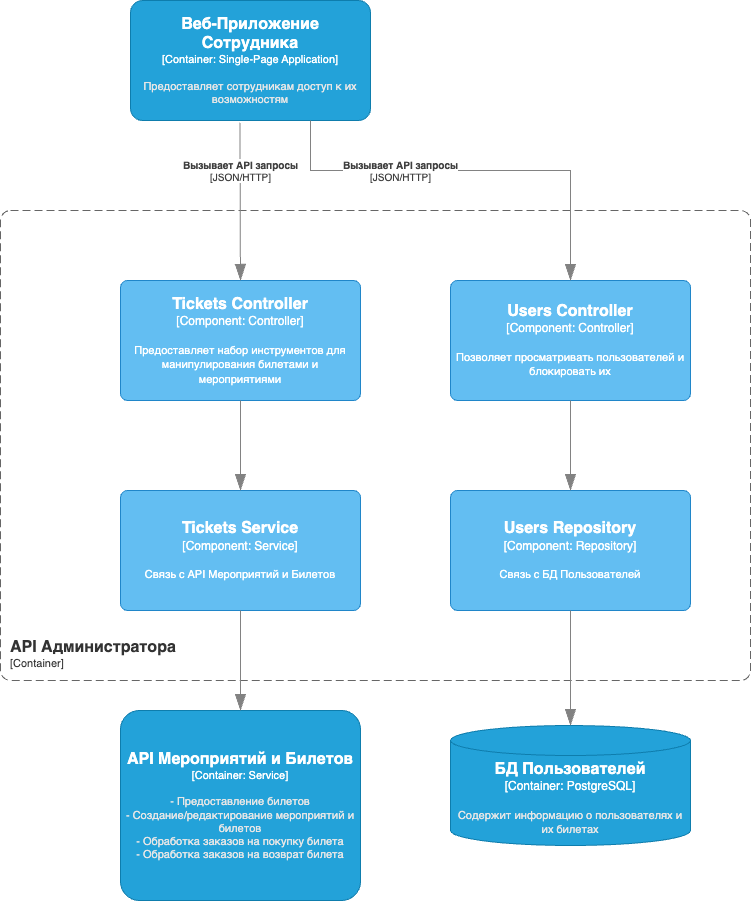
This is Lab-Work-2/docs/components_2.png from zaktsy/Software-Architecture-Labs, a draw.io export, as it was before one commit. Source tidied: cells renumbered, new cells last; positions are measured from the earlier drawing's top-left corner, leaving out a move shared by most shapes. The source it was exported from:
```xml
<mxGraphModel>
  <root>
    <mxCell id="0" />
    <mxCell id="1" parent="0" />
    <object id="2" label="&lt;font style=&quot;font-size: 16px&quot;&gt;&lt;b&gt;&lt;div style=&quot;text-align: left&quot;&gt;%c4Name%&lt;/div&gt;&lt;/b&gt;&lt;/font&gt;&lt;div style=&quot;text-align: left&quot;&gt;[%c4Application%]&lt;/div&gt;" c4Application="Container" c4Name="API Администратора" c4Type="ContainerScopeBoundary" placeholders="1">
      <mxCell style="rounded=1;fontSize=11;whiteSpace=wrap;html=1;dashed=1;arcSize=20;fillColor=none;strokeColor=#666666;fontColor=#333333;labelBackgroundColor=none;align=left;verticalAlign=bottom;labelBorderColor=none;spacingTop=0;spacing=10;dashPattern=8 4;perimeter=rectanglePerimeter;noLabel=0;labelPadding=0;absoluteArcSize=1;" parent="1" vertex="1">
        <mxGeometry y="210" width="750" height="470" as="geometry" />
      </mxCell>
    </object>
    <object id="3" label="&lt;font style=&quot;font-size: 16px&quot;&gt;&lt;b&gt;%c4Name%&lt;/b&gt;&lt;/font&gt;&lt;div&gt;[%c4Type%: %c4Technology%]&lt;/div&gt;&lt;br&gt;&lt;div&gt;&lt;font style=&quot;font-size: 11px&quot;&gt;&lt;font color=&quot;#E6E6E6&quot;&gt;%c4Description%&lt;/font&gt;&lt;/div&gt;" c4Description="Предоставляет сотрудникам доступ к их возможностям" c4Name="Веб-Приложение Сотрудника" c4Technology="Single-Page Application" c4Type="Container" placeholders="1">
      <mxCell style="rounded=1;whiteSpace=wrap;html=1;fontSize=11;labelBackgroundColor=none;fillColor=#23A2D9;fontColor=#ffffff;align=center;arcSize=10;strokeColor=#0E7DAD;points=[[0.25,0,0],[0.5,0,0],[0.75,0,0],[1,0.25,0],[1,0.5,0],[1,0.75,0],[0.75,1,0],[0.5,1,0],[0.25,1,0],[0,0.75,0],[0,0.5,0],[0,0.25,0]];" parent="1" vertex="1">
        <mxGeometry x="130" width="240" height="120" as="geometry" />
      </mxCell>
    </object>
    <object id="4" label="&lt;font style=&quot;font-size: 16px&quot;&gt;&lt;b&gt;%c4Name%&lt;/b&gt;&lt;/font&gt;&lt;div&gt;[%c4Type%: %c4Technology%]&lt;/div&gt;&lt;br&gt;&lt;div&gt;&lt;font style=&quot;font-size: 11px&quot;&gt;&lt;font color=&quot;#E6E6E6&quot;&gt;%c4Description%&lt;/font&gt;&lt;/div&gt;" c4Description="- Предоставление билетов&#10;- Создание/редактирование мероприятий и билетов&#10;- Обработка заказов на покупку билета&#10;- Обработка заказов на возврат билета" c4Name="API Мероприятий и Билетов" c4Technology="Service" c4Type="Container" placeholders="1">
      <mxCell style="rounded=1;whiteSpace=wrap;html=1;fontSize=11;labelBackgroundColor=none;fillColor=#23A2D9;fontColor=#ffffff;align=center;arcSize=10;strokeColor=#0E7DAD;points=[[0.25,0,0],[0.5,0,0],[0.75,0,0],[1,0.25,0],[1,0.5,0],[1,0.75,0],[0.75,1,0],[0.5,1,0],[0.25,1,0],[0,0.75,0],[0,0.5,0],[0,0.25,0]];" parent="1" vertex="1">
        <mxGeometry x="120" y="710" width="240" height="190" as="geometry" />
      </mxCell>
    </object>
    <object id="5" label="&lt;font style=&quot;font-size: 16px&quot;&gt;&lt;b&gt;%c4Name%&lt;/b&gt;&lt;/font&gt;&lt;div&gt;[%c4Type%: %c4Technology%]&lt;/div&gt;&lt;br&gt;&lt;div&gt;&lt;font style=&quot;font-size: 11px&quot;&gt;%c4Description%&lt;/font&gt;&lt;/div&gt;" c4Description="Предоставляет набор инструментов для манипулирования билетами и мероприятиями" c4Name="Tickets Controller" c4Technology="Controller" c4Type="Component" placeholders="1">
      <mxCell style="rounded=1;whiteSpace=wrap;html=1;labelBackgroundColor=none;fillColor=#63BEF2;fontColor=#ffffff;align=center;arcSize=6;strokeColor=#2086C9;points=[[0.25,0,0],[0.5,0,0],[0.75,0,0],[1,0.25,0],[1,0.5,0],[1,0.75,0],[0.75,1,0],[0.5,1,0],[0.25,1,0],[0,0.75,0],[0,0.5,0],[0,0.25,0]];" parent="1" vertex="1">
        <mxGeometry x="120" y="280" width="240" height="120" as="geometry" />
      </mxCell>
    </object>
    <object id="6" label="&lt;div style=&quot;text-align: left&quot;&gt;&lt;div style=&quot;text-align: center&quot;&gt;&lt;b&gt;%c4Description%&lt;/b&gt;&lt;/div&gt;&lt;div style=&quot;text-align: center&quot;&gt;[%c4Technology%]&lt;/div&gt;&lt;/div&gt;" c4Description="Вызывает API запросы" c4Technology="JSON/HTTP" c4Type="Relationship" placeholders="1">
      <mxCell style="endArrow=blockThin;html=1;fontSize=10;fontColor=#404040;strokeWidth=1;endFill=1;strokeColor=#828282;elbow=vertical;endSize=14;startSize=14;jumpStyle=arc;jumpSize=16;rounded=0;edgeStyle=orthogonalEdgeStyle;exitX=0.456;exitY=1.019;exitDx=0;exitDy=0;exitPerimeter=0;" parent="1" edge="1" source="3" target="5">
        <mxGeometry x="-0.4" y="1" relative="1" as="geometry" />
      </mxCell>
    </object>
    <object id="7" label="&lt;font style=&quot;font-size: 16px&quot;&gt;&lt;b&gt;%c4Name%&lt;/b&gt;&lt;/font&gt;&lt;div&gt;[%c4Type%: %c4Technology%]&lt;/div&gt;&lt;br&gt;&lt;div&gt;&lt;font style=&quot;font-size: 11px&quot;&gt;%c4Description%&lt;/font&gt;&lt;/div&gt;" c4Description="Связь с API Мероприятий и Билетов" c4Name="Tickets Service" c4Technology="Service" c4Type="Component" placeholders="1">
      <mxCell style="rounded=1;whiteSpace=wrap;html=1;labelBackgroundColor=none;fillColor=#63BEF2;fontColor=#ffffff;align=center;arcSize=6;strokeColor=#2086C9;points=[[0.25,0,0],[0.5,0,0],[0.75,0,0],[1,0.25,0],[1,0.5,0],[1,0.75,0],[0.75,1,0],[0.5,1,0],[0.25,1,0],[0,0.75,0],[0,0.5,0],[0,0.25,0]];" parent="1" vertex="1">
        <mxGeometry x="120" y="490" width="240" height="120" as="geometry" />
      </mxCell>
    </object>
    <object id="8" label="" c4Type="Relationship" placeholders="1">
      <mxCell style="endArrow=blockThin;html=1;fontSize=10;fontColor=#404040;strokeWidth=1;endFill=1;strokeColor=#828282;elbow=vertical;endSize=14;startSize=14;jumpStyle=arc;jumpSize=16;rounded=0;edgeStyle=orthogonalEdgeStyle;exitX=0.5;exitY=1;exitDx=0;exitDy=0;exitPerimeter=0;entryX=0.5;entryY=0;entryDx=0;entryDy=0;entryPerimeter=0;" parent="1" edge="1" source="5" target="7">
        <mxGeometry relative="1" as="geometry" />
      </mxCell>
    </object>
    <object id="9" label="" c4Type="Relationship" placeholders="1">
      <mxCell style="endArrow=blockThin;html=1;fontSize=10;fontColor=#404040;strokeWidth=1;endFill=1;strokeColor=#828282;elbow=vertical;endSize=14;startSize=14;jumpStyle=arc;jumpSize=16;rounded=0;edgeStyle=orthogonalEdgeStyle;exitX=0.5;exitY=1;exitDx=0;exitDy=0;exitPerimeter=0;entryX=0.5;entryY=0;entryDx=0;entryDy=0;entryPerimeter=0;" parent="1" edge="1" source="7" target="4">
        <mxGeometry relative="1" as="geometry" />
      </mxCell>
    </object>
    <object id="10" label="&lt;font style=&quot;font-size: 16px&quot;&gt;&lt;b&gt;%c4Type%&lt;/b&gt;&lt;/font&gt;&lt;div&gt;[%c4Container%:&amp;nbsp;%c4Technology%]&lt;/div&gt;&lt;br&gt;&lt;div&gt;&lt;font style=&quot;font-size: 11px&quot;&gt;&lt;font color=&quot;#E6E6E6&quot;&gt;%c4Description%&lt;/font&gt;&lt;/div&gt;" c4Container="Container" c4Description="Содержит информацию о пользователях и их билетах" c4Technology="PostgreSQL" c4Type="БД Пользователей" placeholders="1">
      <mxCell style="shape=cylinder3;size=15;whiteSpace=wrap;html=1;boundedLbl=1;rounded=0;labelBackgroundColor=none;fillColor=#23A2D9;fontSize=12;fontColor=#ffffff;align=center;strokeColor=#0E7DAD;points=[[0.5,0,0],[1,0.25,0],[1,0.5,0],[1,0.75,0],[0.5,1,0],[0,0.75,0],[0,0.5,0],[0,0.25,0]];" parent="1" vertex="1">
        <mxGeometry x="450" y="725" width="240" height="120" as="geometry" />
      </mxCell>
    </object>
    <object id="11" label="&lt;font style=&quot;font-size: 16px&quot;&gt;&lt;b&gt;%c4Name%&lt;/b&gt;&lt;/font&gt;&lt;div&gt;[%c4Type%: %c4Technology%]&lt;/div&gt;&lt;br&gt;&lt;div&gt;&lt;font style=&quot;font-size: 11px&quot;&gt;%c4Description%&lt;/font&gt;&lt;/div&gt;" c4Description="Позволяет просматривать пользователей и блокировать их" c4Name="Users Controller" c4Technology="Controller" c4Type="Component" placeholders="1">
      <mxCell style="rounded=1;whiteSpace=wrap;html=1;labelBackgroundColor=none;fillColor=#63BEF2;fontColor=#ffffff;align=center;arcSize=6;strokeColor=#2086C9;points=[[0.25,0,0],[0.5,0,0],[0.75,0,0],[1,0.25,0],[1,0.5,0],[1,0.75,0],[0.75,1,0],[0.5,1,0],[0.25,1,0],[0,0.75,0],[0,0.5,0],[0,0.25,0]];" parent="1" vertex="1">
        <mxGeometry x="450" y="280" width="240" height="120" as="geometry" />
      </mxCell>
    </object>
    <object id="12" label="&lt;font style=&quot;font-size: 16px&quot;&gt;&lt;b&gt;%c4Name%&lt;/b&gt;&lt;/font&gt;&lt;div&gt;[%c4Type%: %c4Technology%]&lt;/div&gt;&lt;br&gt;&lt;div&gt;&lt;font style=&quot;font-size: 11px&quot;&gt;%c4Description%&lt;/font&gt;&lt;/div&gt;" c4Description="Связь с БД Пользователей" c4Name="Users Repository" c4Technology="Repository" c4Type="Component" placeholders="1">
      <mxCell style="rounded=1;whiteSpace=wrap;html=1;labelBackgroundColor=none;fillColor=#63BEF2;fontColor=#ffffff;align=center;arcSize=6;strokeColor=#2086C9;points=[[0.25,0,0],[0.5,0,0],[0.75,0,0],[1,0.25,0],[1,0.5,0],[1,0.75,0],[0.75,1,0],[0.5,1,0],[0.25,1,0],[0,0.75,0],[0,0.5,0],[0,0.25,0]];" parent="1" vertex="1">
        <mxGeometry x="450" y="490" width="240" height="120" as="geometry" />
      </mxCell>
    </object>
    <object id="13" label="" c4Type="Relationship" placeholders="1">
      <mxCell style="endArrow=blockThin;html=1;fontSize=10;fontColor=#404040;strokeWidth=1;endFill=1;strokeColor=#828282;elbow=vertical;endSize=14;startSize=14;jumpStyle=arc;jumpSize=16;rounded=0;edgeStyle=orthogonalEdgeStyle;exitX=0.5;exitY=1;exitDx=0;exitDy=0;exitPerimeter=0;entryX=0.5;entryY=0;entryDx=0;entryDy=0;entryPerimeter=0;" parent="1" edge="1" source="11" target="12">
        <mxGeometry relative="1" as="geometry" />
      </mxCell>
    </object>
    <object id="14" label="" c4Type="Relationship" placeholders="1">
      <mxCell style="endArrow=blockThin;html=1;fontSize=10;fontColor=#404040;strokeWidth=1;endFill=1;strokeColor=#828282;elbow=vertical;endSize=14;startSize=14;jumpStyle=arc;jumpSize=16;rounded=0;edgeStyle=orthogonalEdgeStyle;exitX=0.5;exitY=1;exitDx=0;exitDy=0;exitPerimeter=0;entryX=0.5;entryY=0;entryDx=0;entryDy=0;entryPerimeter=0;" parent="1" edge="1" source="12" target="10">
        <mxGeometry relative="1" as="geometry" />
      </mxCell>
    </object>
    <object id="15" label="&lt;div style=&quot;text-align: left&quot;&gt;&lt;div style=&quot;text-align: center&quot;&gt;&lt;b&gt;%c4Description%&lt;/b&gt;&lt;/div&gt;&lt;div style=&quot;text-align: center&quot;&gt;[%c4Technology%]&lt;/div&gt;&lt;/div&gt;" c4Description="Вызывает API запросы" c4Technology="JSON/HTTP" c4Type="Relationship" placeholders="1">
      <mxCell style="endArrow=blockThin;html=1;fontSize=10;fontColor=#404040;strokeWidth=1;endFill=1;strokeColor=#828282;elbow=vertical;endSize=14;startSize=14;jumpStyle=arc;jumpSize=16;rounded=0;edgeStyle=orthogonalEdgeStyle;exitX=0.75;exitY=1;exitDx=0;exitDy=0;exitPerimeter=0;entryX=0.5;entryY=0;entryDx=0;entryDy=0;entryPerimeter=0;" parent="1" edge="1" source="3" target="11">
        <mxGeometry x="-0.33" relative="1" as="geometry">
          <Array as="points">
            <mxPoint x="310" y="170" />
            <mxPoint x="570" y="170" />
          </Array>
        </mxGeometry>
      </mxCell>
    </object>
  </root>
</mxGraphModel>
```
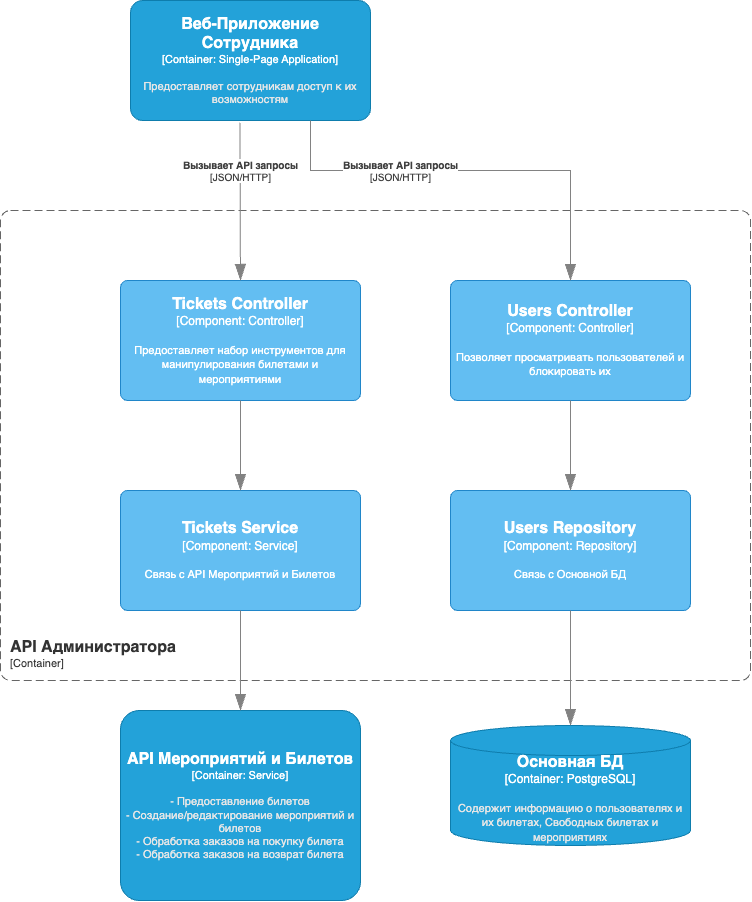
The same file after the commit.

Change to the diagram source:
```diff
@@ -42,7 +42,7 @@
         <mxGeometry relative="1" as="geometry" />
       </mxCell>
     </object>
-    <object id="10" label="&lt;font style=&quot;font-size: 16px&quot;&gt;&lt;b&gt;%c4Type%&lt;/b&gt;&lt;/font&gt;&lt;div&gt;[%c4Container%:&amp;nbsp;%c4Technology%]&lt;/div&gt;&lt;br&gt;&lt;div&gt;&lt;font style=&quot;font-size: 11px&quot;&gt;&lt;font color=&quot;#E6E6E6&quot;&gt;%c4Description%&lt;/font&gt;&lt;/div&gt;" c4Container="Container" c4Description="Содержит информацию о пользователях и их билетах" c4Technology="PostgreSQL" c4Type="БД Пользователей" placeholders="1">
+    <object id="10" label="&lt;font style=&quot;font-size: 16px&quot;&gt;&lt;b&gt;%c4Type%&lt;/b&gt;&lt;/font&gt;&lt;div&gt;[%c4Container%:&amp;nbsp;%c4Technology%]&lt;/div&gt;&lt;br&gt;&lt;div&gt;&lt;font style=&quot;font-size: 11px&quot;&gt;&lt;font color=&quot;#E6E6E6&quot;&gt;%c4Description%&lt;/font&gt;&lt;/div&gt;" c4Container="Container" c4Description="Содержит информацию о пользователях и их билетах, Свободных билетах и мероприятиях" c4Technology="PostgreSQL" c4Type="Основная БД" placeholders="1">
       <mxCell style="shape=cylinder3;size=15;whiteSpace=wrap;html=1;boundedLbl=1;rounded=0;labelBackgroundColor=none;fillColor=#23A2D9;fontSize=12;fontColor=#ffffff;align=center;strokeColor=#0E7DAD;points=[[0.5,0,0],[1,0.25,0],[1,0.5,0],[1,0.75,0],[0.5,1,0],[0,0.75,0],[0,0.5,0],[0,0.25,0]];" parent="1" vertex="1">
         <mxGeometry x="450" y="725" width="240" height="120" as="geometry" />
       </mxCell>
@@ -52,7 +52,7 @@
         <mxGeometry x="450" y="280" width="240" height="120" as="geometry" />
       </mxCell>
     </object>
-    <object id="12" label="&lt;font style=&quot;font-size: 16px&quot;&gt;&lt;b&gt;%c4Name%&lt;/b&gt;&lt;/font&gt;&lt;div&gt;[%c4Type%: %c4Technology%]&lt;/div&gt;&lt;br&gt;&lt;div&gt;&lt;font style=&quot;font-size: 11px&quot;&gt;%c4Description%&lt;/font&gt;&lt;/div&gt;" c4Description="Связь с БД Пользователей" c4Name="Users Repository" c4Technology="Repository" c4Type="Component" placeholders="1">
+    <object id="12" label="&lt;font style=&quot;font-size: 16px&quot;&gt;&lt;b&gt;%c4Name%&lt;/b&gt;&lt;/font&gt;&lt;div&gt;[%c4Type%: %c4Technology%]&lt;/div&gt;&lt;br&gt;&lt;div&gt;&lt;font style=&quot;font-size: 11px&quot;&gt;%c4Description%&lt;/font&gt;&lt;/div&gt;" c4Description="Связь с Основной БД" c4Name="Users Repository" c4Technology="Repository" c4Type="Component" placeholders="1">
       <mxCell style="rounded=1;whiteSpace=wrap;html=1;labelBackgroundColor=none;fillColor=#63BEF2;fontColor=#ffffff;align=center;arcSize=6;strokeColor=#2086C9;points=[[0.25,0,0],[0.5,0,0],[0.75,0,0],[1,0.25,0],[1,0.5,0],[1,0.75,0],[0.75,1,0],[0.5,1,0],[0.25,1,0],[0,0.75,0],[0,0.5,0],[0,0.25,0]];" parent="1" vertex="1">
         <mxGeometry x="450" y="490" width="240" height="120" as="geometry" />
       </mxCell>
```
